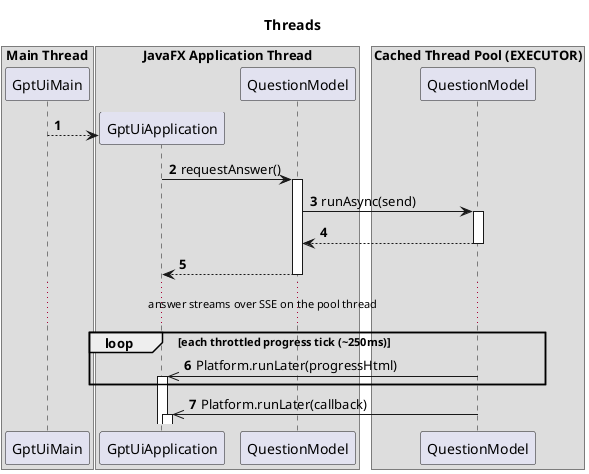
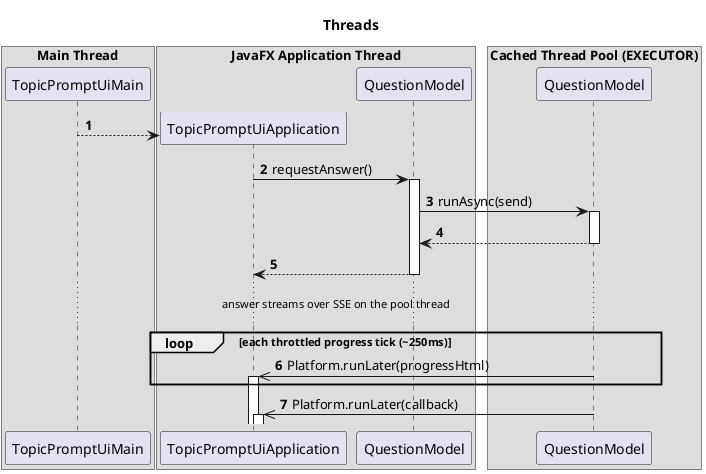
@startuml
title Threads

autonumber
autoactivate on

box Main Thread
- participant GptUiMain
+ participant TopicPromptUiMain
end box

box JavaFX Application Thread
- participant GptUiApplication
+ participant TopicPromptUiApplication
participant QuestionModel as QuestionModelFx
end box

box Cached Thread Pool (EXECUTOR)
participant QuestionModel as QuestionModelPool
end box

- GptUiMain --> GptUiApplication **
- GptUiApplication -> QuestionModelFx: requestAnswer()
+ TopicPromptUiMain --> TopicPromptUiApplication **
+ TopicPromptUiApplication -> QuestionModelFx: requestAnswer()
QuestionModelFx -> QuestionModelPool: runAsync(send)
QuestionModelFx <-- QuestionModelPool
- GptUiApplication <-- QuestionModelFx
+ TopicPromptUiApplication <-- QuestionModelFx

...answer streams over SSE on the pool thread...
loop each throttled progress tick (~250ms)
- QuestionModelPool ->> GptUiApplication: Platform.runLater(progressHtml)
+ QuestionModelPool ->> TopicPromptUiApplication: Platform.runLater(progressHtml)
end

- QuestionModelPool ->> GptUiApplication: Platform.runLater(callback)
+ QuestionModelPool ->> TopicPromptUiApplication: Platform.runLater(callback)

@enduml
